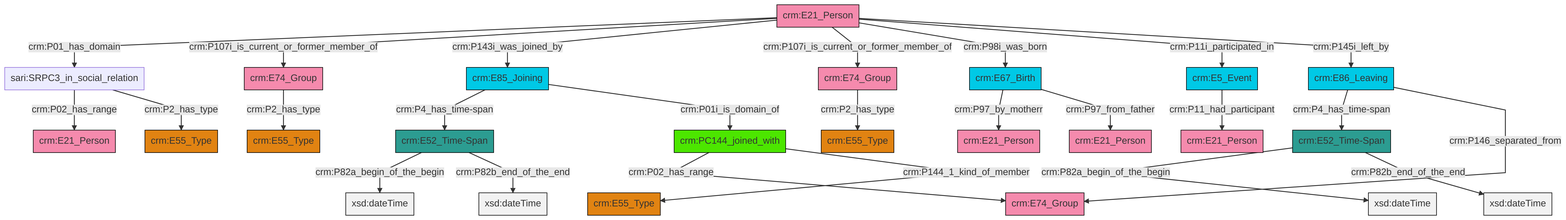
Before: et/personCSV/ttl/mmd/png/Person_Actor_Relations.png, a diagram exported from Mermaid (swiss-art-research-net/reference-data-models). Its source is kept beside it as et/personCSV/ttl/mmd/Person_Actor_Relations.ttl.mmd.
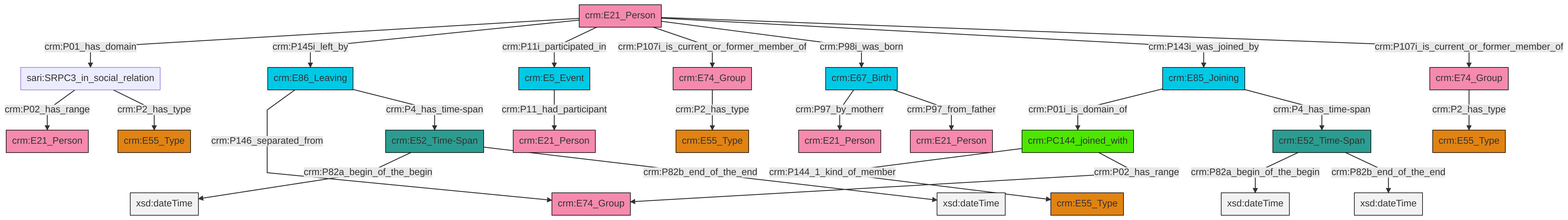
After the commit.

The edit, as a diff of the source:
```diff
@@ -13,27 +13,27 @@
 classDef PC_Classes fill:#4ce600, stroke:#000000;
 classDef Multi fill:#cccccc,stroke:#000000;
 
-8["crm:E86_Leaving"]:::Temporal_Entity -->|crm:P4_has_time-span| 9["crm:E52_Time-Span"]:::Time-Span
-12["crm:E52_Time-Span"]:::Time-Span -->|crm:P82a_begin_of_the_begin| 13[xsd:dateTime]:::Literal
-16["crm:E85_Joining"]:::Temporal_Entity -->|crm:P4_has_time-span| 12["crm:E52_Time-Span"]:::Time-Span
-18["crm:E67_Birth"]:::Temporal_Entity -->|crm:P97_by_motherr| 19["crm:E21_Person"]:::Actor
-20["crm:E5_Event"]:::Temporal_Entity -->|crm:P11_had_participant| 21["crm:E21_Person"]:::Actor
-6["crm:E21_Person"]:::Actor -->|crm:P01_has_domain| 22["sari:SRPC3_in_social_relation"]:::Default
-18["crm:E67_Birth"]:::Temporal_Entity -->|crm:P97_from_father| 0["crm:E21_Person"]:::Actor
-9["crm:E52_Time-Span"]:::Time-Span -->|crm:P82a_begin_of_the_begin| 27[xsd:dateTime]:::Literal
-6["crm:E21_Person"]:::Actor -->|crm:P107i_is_current_or_former_member_of| 28["crm:E74_Group"]:::Actor
-16["crm:E85_Joining"]:::Temporal_Entity -->|crm:P01i_is_domain_of| 14["crm:PC144_joined_with"]:::PC_Classes
-29["crm:E74_Group"]:::Actor -->|crm:P2_has_type| 25["crm:E55_Type"]:::Type
-22["sari:SRPC3_in_social_relation"]:::Default -->|crm:P02_has_range| 30["crm:E21_Person"]:::Actor
-14["crm:PC144_joined_with"]:::PC_Classes -->|crm:P02_has_range| 10["crm:E74_Group"]:::Actor
-22["sari:SRPC3_in_social_relation"]:::Default -->|crm:P2_has_type| 4["crm:E55_Type"]:::Type
-6["crm:E21_Person"]:::Actor -->|crm:P143i_was_joined_by| 16["crm:E85_Joining"]:::Temporal_Entity
-6["crm:E21_Person"]:::Actor -->|crm:P107i_is_current_or_former_member_of| 29["crm:E74_Group"]:::Actor
-14["crm:PC144_joined_with"]:::PC_Classes -->|crm:P144_1_kind_of_member| 2["crm:E55_Type"]:::Type
-12["crm:E52_Time-Span"]:::Time-Span -->|crm:P82b_end_of_the_end| 32[xsd:dateTime]:::Literal
-8["crm:E86_Leaving"]:::Temporal_Entity -->|crm:P146_separated_from| 10["crm:E74_Group"]:::Actor
-6["crm:E21_Person"]:::Actor -->|crm:P98i_was_born| 18["crm:E67_Birth"]:::Temporal_Entity
-6["crm:E21_Person"]:::Actor -->|crm:P11i_participated_in| 20["crm:E5_Event"]:::Temporal_Entity
-9["crm:E52_Time-Span"]:::Time-Span -->|crm:P82b_end_of_the_end| 41[xsd:dateTime]:::Literal
-6["crm:E21_Person"]:::Actor -->|crm:P145i_left_by| 8["crm:E86_Leaving"]:::Temporal_Entity
-28["crm:E74_Group"]:::Actor -->|crm:P2_has_type| 33["crm:E55_Type"]:::Type
+0["sari:SRPC3_in_social_relation"]:::Default -->|crm:P02_has_range| 1["crm:E21_Person"]:::Actor
+2["crm:E74_Group"]:::Actor -->|crm:P2_has_type| 3["crm:E55_Type"]:::Type
+4["crm:E85_Joining"]:::Temporal_Entity -->|crm:P01i_is_domain_of| 5["crm:PC144_joined_with"]:::PC_Classes
+10["crm:E21_Person"]:::Actor -->|crm:P01_has_domain| 0["sari:SRPC3_in_social_relation"]:::Default
+5["crm:PC144_joined_with"]:::PC_Classes -->|crm:P144_1_kind_of_member| 11["crm:E55_Type"]:::Type
+12["crm:E86_Leaving"]:::Temporal_Entity -->|crm:P146_separated_from| 8["crm:E74_Group"]:::Actor
+13["crm:E74_Group"]:::Actor -->|crm:P2_has_type| 14["crm:E55_Type"]:::Type
+15["crm:E52_Time-Span"]:::Time-Span -->|crm:P82a_begin_of_the_begin| 16[xsd:dateTime]:::Literal
+10["crm:E21_Person"]:::Actor -->|crm:P145i_left_by| 12["crm:E86_Leaving"]:::Temporal_Entity
+10["crm:E21_Person"]:::Actor -->|crm:P11i_participated_in| 30["crm:E5_Event"]:::Temporal_Entity
+10["crm:E21_Person"]:::Actor -->|crm:P107i_is_current_or_former_member_of| 13["crm:E74_Group"]:::Actor
+23["crm:E67_Birth"]:::Temporal_Entity -->|crm:P97_by_motherr| 6["crm:E21_Person"]:::Actor
+35["crm:E52_Time-Span"]:::Time-Span -->|crm:P82a_begin_of_the_begin| 36[xsd:dateTime]:::Literal
+0["sari:SRPC3_in_social_relation"]:::Default -->|crm:P2_has_type| 32["crm:E55_Type"]:::Type
+35["crm:E52_Time-Span"]:::Time-Span -->|crm:P82b_end_of_the_end| 37[xsd:dateTime]:::Literal
+10["crm:E21_Person"]:::Actor -->|crm:P98i_was_born| 23["crm:E67_Birth"]:::Temporal_Entity
+4["crm:E85_Joining"]:::Temporal_Entity -->|crm:P4_has_time-span| 35["crm:E52_Time-Span"]:::Time-Span
+5["crm:PC144_joined_with"]:::PC_Classes -->|crm:P02_has_range| 8["crm:E74_Group"]:::Actor
+12["crm:E86_Leaving"]:::Temporal_Entity -->|crm:P4_has_time-span| 15["crm:E52_Time-Span"]:::Time-Span
+30["crm:E5_Event"]:::Temporal_Entity -->|crm:P11_had_participant| 27["crm:E21_Person"]:::Actor
+10["crm:E21_Person"]:::Actor -->|crm:P143i_was_joined_by| 4["crm:E85_Joining"]:::Temporal_Entity
+10["crm:E21_Person"]:::Actor -->|crm:P107i_is_current_or_former_member_of| 2["crm:E74_Group"]:::Actor
+23["crm:E67_Birth"]:::Temporal_Entity -->|crm:P97_from_father| 18["crm:E21_Person"]:::Actor
+15["crm:E52_Time-Span"]:::Time-Span -->|crm:P82b_end_of_the_end| 44[xsd:dateTime]:::Literal
```
